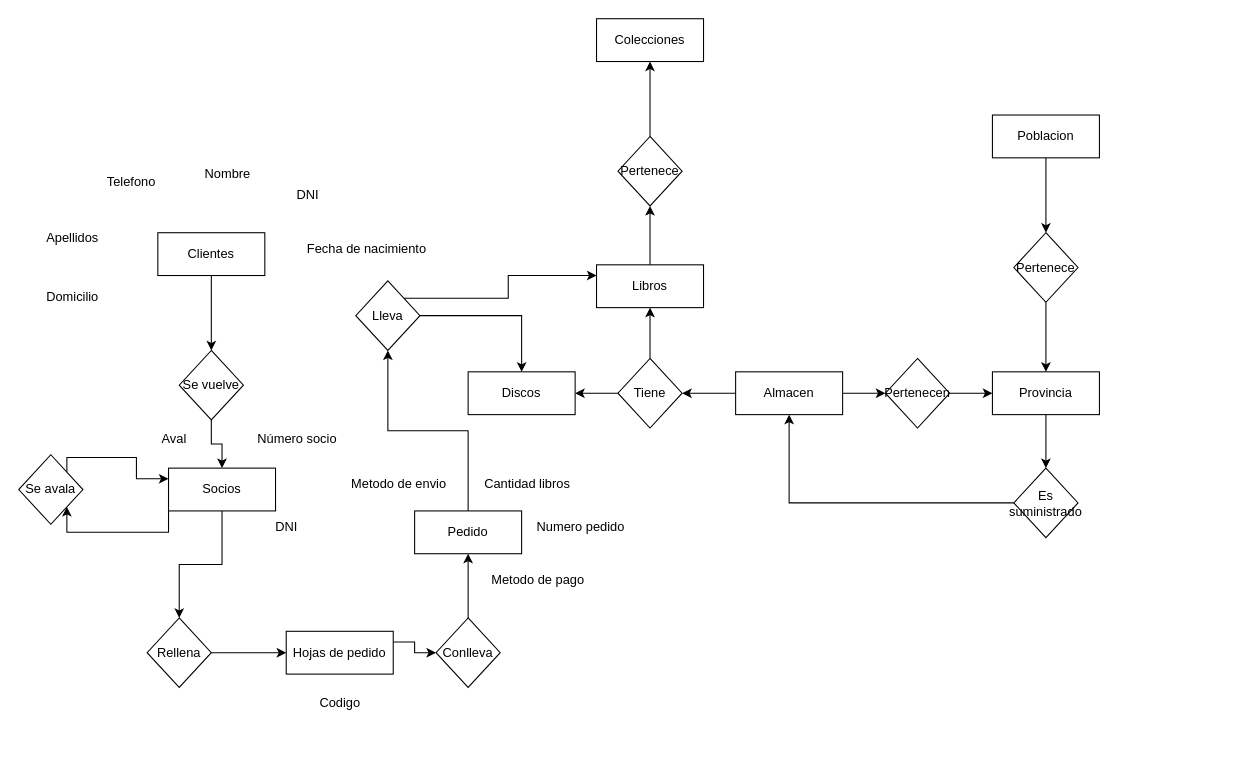
This is Untitled Diagram.drawio from MauroOrtizGamonal/Abril23Diagrama, a draw.io file, before an edit. Source tidied: cells renumbered, new cells numbered last; positions are measured from the earlier drawing's top-left corner, leaving out a move shared by most shapes. Both pictures are drawn from the tidied source at 107%, with x=0, y=0 at pixel (18, 18).
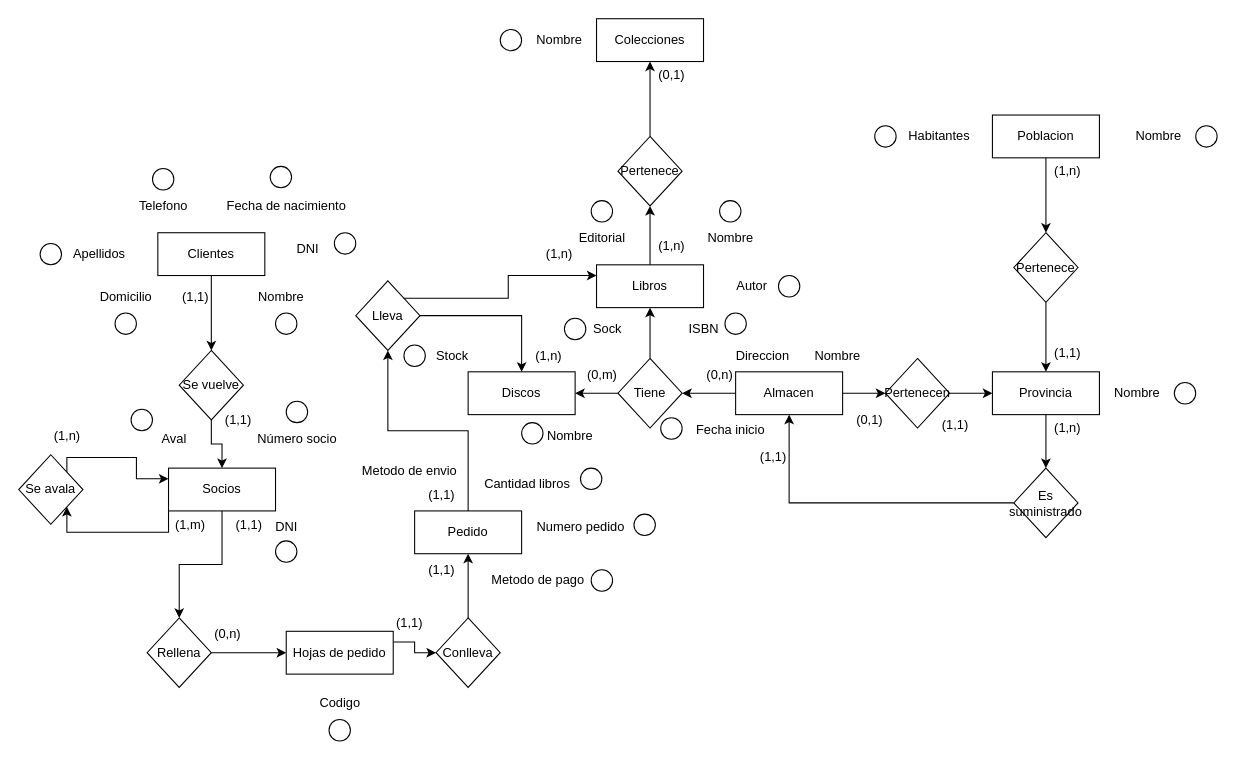
After the change.

What changed in the source:
```diff
@@
     <mxCell id="44" value="Apellidos" style="text;html=1;align=center;verticalAlign=middle;strokeColor=none;fillColor=none;" parent="1" vertex="1">
-      <mxGeometry x="15" y="190" width="70" height="30" as="geometry" />
+      <mxGeometry x="40" y="205" width="70" height="30" as="geometry" />
     </mxCell>
     <mxCell id="45" value="Telefono" style="text;html=1;align=center;verticalAlign=middle;strokeColor=none;fillColor=none;" parent="1" vertex="1">
-      <mxGeometry x="70" y="138" width="70" height="30" as="geometry" />
+      <mxGeometry x="100" y="160" width="70" height="30" as="geometry" />
     </mxCell>
     <mxCell id="46" value="Domicilio" style="text;html=1;align=center;verticalAlign=middle;strokeColor=none;fillColor=none;" parent="1" vertex="1">
-      <mxGeometry x="15" y="245" width="70" height="30" as="geometry" />
+      <mxGeometry x="65" y="245" width="70" height="30" as="geometry" />
     </mxCell>
     <mxCell id="47" value="Nombre" style="text;html=1;align=center;verticalAlign=middle;strokeColor=none;fillColor=none;" parent="1" vertex="1">
-      <mxGeometry x="160" y="130" width="70" height="30" as="geometry" />
+      <mxGeometry x="210" y="245" width="70" height="30" as="geometry" />
     </mxCell>
     <mxCell id="48" value="Fecha de nacimiento" style="text;html=1;align=center;verticalAlign=middle;strokeColor=none;fillColor=none;" parent="1" vertex="1">
-      <mxGeometry x="260" y="200" width="130" height="30" as="geometry" />
+      <mxGeometry x="185" y="160" width="130" height="30" as="geometry" />
     </mxCell>
     <mxCell id="49" value="DNI" style="text;html=1;align=center;verticalAlign=middle;strokeColor=none;fillColor=none;" parent="1" vertex="1">
-      <mxGeometry x="250" y="150" width="40" height="30" as="geometry" />
+      <mxGeometry x="250" y="200" width="40" height="30" as="geometry" />
     </mxCell>
@@
     <mxCell id="54" value="Metodo de envio" style="text;html=1;align=center;verticalAlign=middle;strokeColor=none;fillColor=none;" parent="1" vertex="1">
-      <mxGeometry x="300" y="420" width="110" height="30" as="geometry" />
+      <mxGeometry x="310" y="407.5" width="110" height="30" as="geometry" />
     </mxCell>
@@
+    <mxCell id="58" value="Stock" style="text;html=1;align=center;verticalAlign=middle;strokeColor=none;fillColor=none;" parent="1" vertex="1">
+      <mxGeometry x="380" y="300" width="50" height="30" as="geometry" />
+    </mxCell>
+    <mxCell id="59" value="Nombre" style="text;html=1;align=center;verticalAlign=middle;strokeColor=none;fillColor=none;" parent="1" vertex="1">
+      <mxGeometry x="480" y="375" width="70" height="30" as="geometry" />
+    </mxCell>
+    <mxCell id="60" value="Editorial" style="text;html=1;align=center;verticalAlign=middle;strokeColor=none;fillColor=none;" parent="1" vertex="1">
+      <mxGeometry x="510" y="190" width="70" height="30" as="geometry" />
+    </mxCell>
+    <mxCell id="61" value="Nombre" style="text;html=1;align=center;verticalAlign=middle;strokeColor=none;fillColor=none;" parent="1" vertex="1">
+      <mxGeometry x="630" y="190" width="70" height="30" as="geometry" />
+    </mxCell>
+    <mxCell id="62" value="Autor" style="text;html=1;align=center;verticalAlign=middle;strokeColor=none;fillColor=none;" parent="1" vertex="1">
+      <mxGeometry x="660" y="235" width="50" height="30" as="geometry" />
+    </mxCell>
+    <mxCell id="63" value="ISBN" style="text;html=1;align=center;verticalAlign=middle;strokeColor=none;fillColor=none;" parent="1" vertex="1">
+      <mxGeometry x="615" y="275" width="50" height="30" as="geometry" />
+    </mxCell>
+    <mxCell id="64" value="Sock" style="text;html=1;align=center;verticalAlign=middle;strokeColor=none;fillColor=none;" parent="1" vertex="1">
+      <mxGeometry x="525" y="275" width="50" height="30" as="geometry" />
+    </mxCell>
+    <mxCell id="65" value="Direccion" style="text;html=1;align=center;verticalAlign=middle;strokeColor=none;fillColor=none;" parent="1" vertex="1">
+      <mxGeometry x="660" y="300" width="70" height="30" as="geometry" />
+    </mxCell>
+    <mxCell id="66" value="Fecha inicio" style="text;html=1;align=center;verticalAlign=middle;strokeColor=none;fillColor=none;" parent="1" vertex="1">
+      <mxGeometry x="620" y="370" width="90" height="30" as="geometry" />
+    </mxCell>
+    <mxCell id="67" value="Nombre" style="text;html=1;align=center;verticalAlign=middle;strokeColor=none;fillColor=none;" parent="1" vertex="1">
+      <mxGeometry x="730" y="300" width="70" height="30" as="geometry" />
+    </mxCell>
+    <mxCell id="68" value="Nombre" style="text;html=1;align=center;verticalAlign=middle;strokeColor=none;fillColor=none;" parent="1" vertex="1">
+      <mxGeometry x="1010" y="335" width="70" height="30" as="geometry" />
+    </mxCell>
+    <mxCell id="69" value="Nombre" style="text;html=1;align=center;verticalAlign=middle;strokeColor=none;fillColor=none;" parent="1" vertex="1">
+      <mxGeometry x="1030" y="95" width="70" height="30" as="geometry" />
+    </mxCell>
+    <mxCell id="70" value="Habitantes" style="text;html=1;align=center;verticalAlign=middle;strokeColor=none;fillColor=none;" parent="1" vertex="1">
+      <mxGeometry x="820" y="95" width="80" height="30" as="geometry" />
+    </mxCell>
+    <mxCell id="71" value="Nombre" style="text;html=1;align=center;verticalAlign=middle;strokeColor=none;fillColor=none;" parent="1" vertex="1">
+      <mxGeometry x="470" y="5" width="70" height="30" as="geometry" />
+    </mxCell>
+    <mxCell id="72" value="(1,n)" style="text;html=1;align=center;verticalAlign=middle;strokeColor=none;fillColor=none;" parent="1" vertex="1">
+      <mxGeometry x="955" y="128" width="50" height="30" as="geometry" />
+    </mxCell>
+    <mxCell id="73" value="(1,1)" style="text;html=1;align=center;verticalAlign=middle;strokeColor=none;fillColor=none;" parent="1" vertex="1">
+      <mxGeometry x="955" y="298" width="50" height="30" as="geometry" />
+    </mxCell>
+    <mxCell id="74" value="(1,n)" style="text;html=1;align=center;verticalAlign=middle;strokeColor=none;fillColor=none;" parent="1" vertex="1">
+      <mxGeometry x="955" y="368" width="50" height="30" as="geometry" />
+    </mxCell>
+    <mxCell id="75" value="(1,1)" style="text;html=1;align=center;verticalAlign=middle;strokeColor=none;fillColor=none;" parent="1" vertex="1">
+      <mxGeometry x="850" y="365" width="50" height="30" as="geometry" />
+    </mxCell>
+    <mxCell id="76" value="(0,1)" style="text;html=1;align=center;verticalAlign=middle;strokeColor=none;fillColor=none;" parent="1" vertex="1">
+      <mxGeometry x="770" y="360" width="50" height="30" as="geometry" />
+    </mxCell>
+    <mxCell id="77" value="(1,1)" style="text;html=1;align=center;verticalAlign=middle;strokeColor=none;fillColor=none;" parent="1" vertex="1">
+      <mxGeometry x="680" y="395" width="50" height="30" as="geometry" />
+    </mxCell>
+    <mxCell id="78" value="(0,n)" style="text;html=1;align=center;verticalAlign=middle;strokeColor=none;fillColor=none;" parent="1" vertex="1">
+      <mxGeometry x="630" y="317.5" width="50" height="30" as="geometry" />
+    </mxCell>
+    <mxCell id="79" value="(0,m)" style="text;html=1;align=center;verticalAlign=middle;strokeColor=none;fillColor=none;" parent="1" vertex="1">
+      <mxGeometry x="520" y="317.5" width="50" height="30" as="geometry" />
+    </mxCell>
+    <mxCell id="80" value="(1,n)" style="text;html=1;align=center;verticalAlign=middle;strokeColor=none;fillColor=none;" parent="1" vertex="1">
+      <mxGeometry x="470" y="300" width="50" height="30" as="geometry" />
+    </mxCell>
+    <mxCell id="81" value="(1,1)" style="text;html=1;align=center;verticalAlign=middle;strokeColor=none;fillColor=none;" parent="1" vertex="1">
+      <mxGeometry x="370" y="430" width="50" height="30" as="geometry" />
+    </mxCell>
+    <mxCell id="82" value="(1,1)" style="text;html=1;align=center;verticalAlign=middle;strokeColor=none;fillColor=none;" parent="1" vertex="1">
+      <mxGeometry x="370" y="500" width="50" height="30" as="geometry" />
+    </mxCell>
+    <mxCell id="83" value="(1,1)" style="text;html=1;align=center;verticalAlign=middle;strokeColor=none;fillColor=none;" parent="1" vertex="1">
+      <mxGeometry x="340" y="550" width="50" height="30" as="geometry" />
+    </mxCell>
+    <mxCell id="84" value="(0,n)" style="text;html=1;align=center;verticalAlign=middle;strokeColor=none;fillColor=none;" parent="1" vertex="1">
+      <mxGeometry x="170" y="560" width="50" height="30" as="geometry" />
+    </mxCell>
+    <mxCell id="85" value="(1,1)" style="text;html=1;align=center;verticalAlign=middle;strokeColor=none;fillColor=none;" parent="1" vertex="1">
+      <mxGeometry x="190" y="458" width="50" height="30" as="geometry" />
+    </mxCell>
+    <mxCell id="86" value="(1,m)" style="text;html=1;align=center;verticalAlign=middle;strokeColor=none;fillColor=none;" parent="1" vertex="1">
+      <mxGeometry x="135" y="458" width="50" height="30" as="geometry" />
+    </mxCell>
+    <mxCell id="87" value="(1,n)" style="text;html=1;align=center;verticalAlign=middle;strokeColor=none;fillColor=none;" parent="1" vertex="1">
+      <mxGeometry x="20" y="375" width="50" height="30" as="geometry" />
+    </mxCell>
+    <mxCell id="88" value="(1,1)" style="text;html=1;align=center;verticalAlign=middle;strokeColor=none;fillColor=none;" parent="1" vertex="1">
+      <mxGeometry x="180" y="360" width="50" height="30" as="geometry" />
+    </mxCell>
+    <mxCell id="89" value="(1,1)" style="text;html=1;align=center;verticalAlign=middle;strokeColor=none;fillColor=none;" parent="1" vertex="1">
+      <mxGeometry x="140" y="245" width="50" height="30" as="geometry" />
+    </mxCell>
+    <mxCell id="90" value="(1,n)" style="text;html=1;align=center;verticalAlign=middle;strokeColor=none;fillColor=none;" parent="1" vertex="1">
+      <mxGeometry x="480" y="205" width="50" height="30" as="geometry" />
+    </mxCell>
+    <mxCell id="91" value="(1,n)" style="text;html=1;align=center;verticalAlign=middle;strokeColor=none;fillColor=none;" parent="1" vertex="1">
+      <mxGeometry x="585" y="198" width="50" height="30" as="geometry" />
+    </mxCell>
+    <mxCell id="92" value="(0,1)" style="text;html=1;align=center;verticalAlign=middle;strokeColor=none;fillColor=none;" parent="1" vertex="1">
+      <mxGeometry x="585" y="38" width="50" height="30" as="geometry" />
+    </mxCell>
+    <mxCell id="93" style="ellipse;whiteSpace=wrap;html=1;" parent="1" vertex="1">
+      <mxGeometry x="450" y="10" width="20" height="20" as="geometry" />
+    </mxCell>
+    <mxCell id="94" style="ellipse;whiteSpace=wrap;html=1;" parent="1" vertex="1">
+      <mxGeometry x="295" y="200" width="20" height="20" as="geometry" />
+    </mxCell>
+    <mxCell id="95" style="ellipse;whiteSpace=wrap;html=1;" parent="1" vertex="1">
+      <mxGeometry x="235" y="138" width="20" height="20" as="geometry" />
+    </mxCell>
+    <mxCell id="96" style="ellipse;whiteSpace=wrap;html=1;" parent="1" vertex="1">
+      <mxGeometry x="290" y="655" width="20" height="20" as="geometry" />
+    </mxCell>
+    <mxCell id="97" style="ellipse;whiteSpace=wrap;html=1;" parent="1" vertex="1">
+      <mxGeometry x="240" y="488" width="20" height="20" as="geometry" />
+    </mxCell>
+    <mxCell id="98" style="ellipse;whiteSpace=wrap;html=1;" parent="1" vertex="1">
+      <mxGeometry x="250" y="357.5" width="20" height="20" as="geometry" />
+    </mxCell>
+    <mxCell id="99" style="ellipse;whiteSpace=wrap;html=1;" parent="1" vertex="1">
+      <mxGeometry x="105" y="365" width="20" height="20" as="geometry" />
+    </mxCell>
+    <mxCell id="100" style="ellipse;whiteSpace=wrap;html=1;" parent="1" vertex="1">
+      <mxGeometry x="90" y="275" width="20" height="20" as="geometry" />
+    </mxCell>
+    <mxCell id="101" style="ellipse;whiteSpace=wrap;html=1;" parent="1" vertex="1">
+      <mxGeometry x="240" y="275" width="20" height="20" as="geometry" />
+    </mxCell>
+    <mxCell id="102" style="ellipse;whiteSpace=wrap;html=1;" parent="1" vertex="1">
+      <mxGeometry x="20" y="210" width="20" height="20" as="geometry" />
+    </mxCell>
+    <mxCell id="103" style="ellipse;whiteSpace=wrap;html=1;" parent="1" vertex="1">
+      <mxGeometry x="125" y="140" width="20" height="20" as="geometry" />
+    </mxCell>
+    <mxCell id="104" style="ellipse;whiteSpace=wrap;html=1;" parent="1" vertex="1">
+      <mxGeometry x="470" y="377.5" width="20" height="20" as="geometry" />
+    </mxCell>
+    <mxCell id="105" style="ellipse;whiteSpace=wrap;html=1;" parent="1" vertex="1">
+      <mxGeometry x="535" y="515" width="20" height="20" as="geometry" />
+    </mxCell>
+    <mxCell id="106" style="ellipse;whiteSpace=wrap;html=1;" parent="1" vertex="1">
+      <mxGeometry x="525" y="420" width="20" height="20" as="geometry" />
+    </mxCell>
+    <mxCell id="107" style="ellipse;whiteSpace=wrap;html=1;" parent="1" vertex="1">
+      <mxGeometry x="575" y="463" width="20" height="20" as="geometry" />
+    </mxCell>
+    <mxCell id="108" style="ellipse;whiteSpace=wrap;html=1;" parent="1" vertex="1">
+      <mxGeometry x="1100" y="100" width="20" height="20" as="geometry" />
+    </mxCell>
+    <mxCell id="109" style="ellipse;whiteSpace=wrap;html=1;" parent="1" vertex="1">
+      <mxGeometry x="1080" y="340" width="20" height="20" as="geometry" />
+    </mxCell>
+    <mxCell id="110" style="ellipse;whiteSpace=wrap;html=1;" parent="1" vertex="1">
+      <mxGeometry x="600" y="373" width="20" height="20" as="geometry" />
+    </mxCell>
+    <mxCell id="111" style="ellipse;whiteSpace=wrap;html=1;" parent="1" vertex="1">
+      <mxGeometry x="360" y="305" width="20" height="20" as="geometry" />
+    </mxCell>
+    <mxCell id="112" style="ellipse;whiteSpace=wrap;html=1;" parent="1" vertex="1">
+      <mxGeometry x="800" y="100" width="20" height="20" as="geometry" />
+    </mxCell>
+    <mxCell id="113" style="ellipse;whiteSpace=wrap;html=1;" parent="1" vertex="1">
+      <mxGeometry x="710" y="240" width="20" height="20" as="geometry" />
+    </mxCell>
+    <mxCell id="114" style="ellipse;whiteSpace=wrap;html=1;" parent="1" vertex="1">
+      <mxGeometry x="655" y="170" width="20" height="20" as="geometry" />
+    </mxCell>
+    <mxCell id="115" style="ellipse;whiteSpace=wrap;html=1;" parent="1" vertex="1">
+      <mxGeometry x="535" y="170" width="20" height="20" as="geometry" />
+    </mxCell>
+    <mxCell id="116" style="ellipse;whiteSpace=wrap;html=1;" parent="1" vertex="1">
+      <mxGeometry x="660" y="275" width="20" height="20" as="geometry" />
+    </mxCell>
+    <mxCell id="117" style="ellipse;whiteSpace=wrap;html=1;" parent="1" vertex="1">
+      <mxGeometry x="510" y="280" width="20" height="20" as="geometry" />
+    </mxCell>
```
